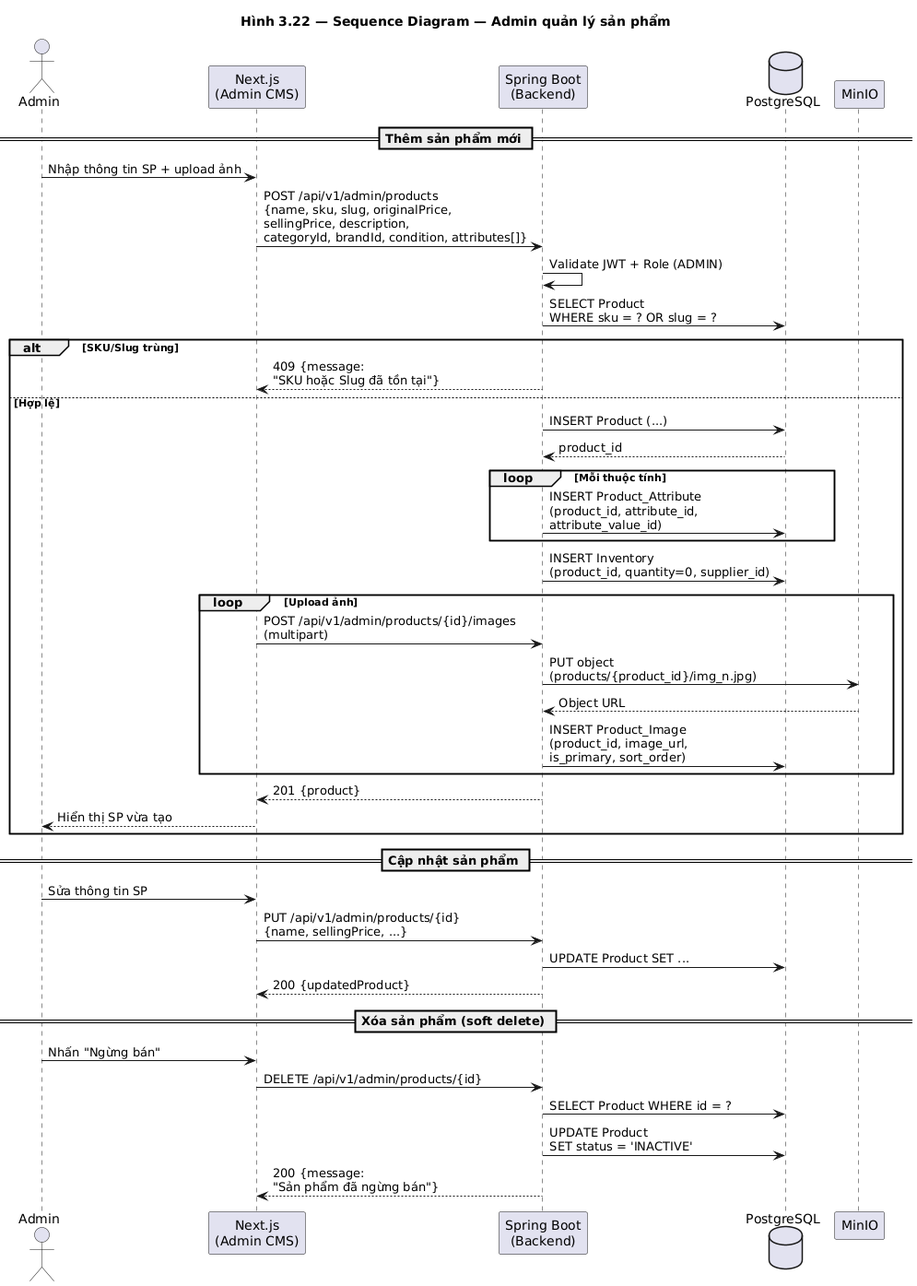
huuhieu56/PC-Parts-ECommerce keeps this PlantUML diagram as docs/diagrams/images/seq_admin_product.png. Above is the earlier version. Source of this version:
```plantuml
@startuml seq_admin_product
title Hình 3.22 — Sequence Diagram — Admin quản lý sản phẩm

actor Admin
participant "Next.js\n(Admin CMS)" as FE
participant "Spring Boot\n(Backend)" as BE
database "PostgreSQL" as DB
participant "MinIO" as Storage

== Thêm sản phẩm mới ==
Admin -> FE : Nhập thông tin SP + upload ảnh
FE -> BE : POST /api/v1/admin/products\n{name, sku, slug, originalPrice,\nsellingPrice, description,\ncategoryId, brandId, condition, attributes[]}
BE -> BE : Validate JWT + Role (ADMIN)
BE -> DB : SELECT Product\nWHERE sku = ? OR slug = ?
alt SKU/Slug trùng
    BE --> FE : 409 {message:\n"SKU hoặc Slug đã tồn tại"}
else Hợp lệ
    BE -> DB : INSERT Product (...)
    DB --> BE : product_id
    loop Mỗi thuộc tính
        BE -> DB : INSERT Product_Attribute\n(product_id, attribute_id,\nattribute_value_id)
    end
    BE -> DB : INSERT Inventory\n(product_id, quantity=0, supplier_id)
    loop Upload ảnh
        FE -> BE : POST /api/v1/admin/products/{id}/images\n(multipart)
        BE -> Storage : PUT object\n(products/{product_id}/img_n.jpg)
        Storage --> BE : Object URL
        BE -> DB : INSERT Product_Image\n(product_id, image_url,\nis_primary, sort_order)
    end
    BE --> FE : 201 {product}
    FE --> Admin : Hiển thị SP vừa tạo
end

== Cập nhật sản phẩm ==
Admin -> FE : Sửa thông tin SP
FE -> BE : PUT /api/v1/admin/products/{id}\n{name, sellingPrice, ...}
BE -> DB : UPDATE Product SET ...
BE --> FE : 200 {updatedProduct}

== Xóa sản phẩm (soft delete) ==
Admin -> FE : Nhấn "Ngừng bán"
FE -> BE : DELETE /api/v1/admin/products/{id}
BE -> DB : SELECT Product WHERE id = ?
BE -> DB : UPDATE Product\nSET status = 'INACTIVE'
BE --> FE : 200 {message:\n"Sản phẩm đã ngừng bán"}

@enduml
```
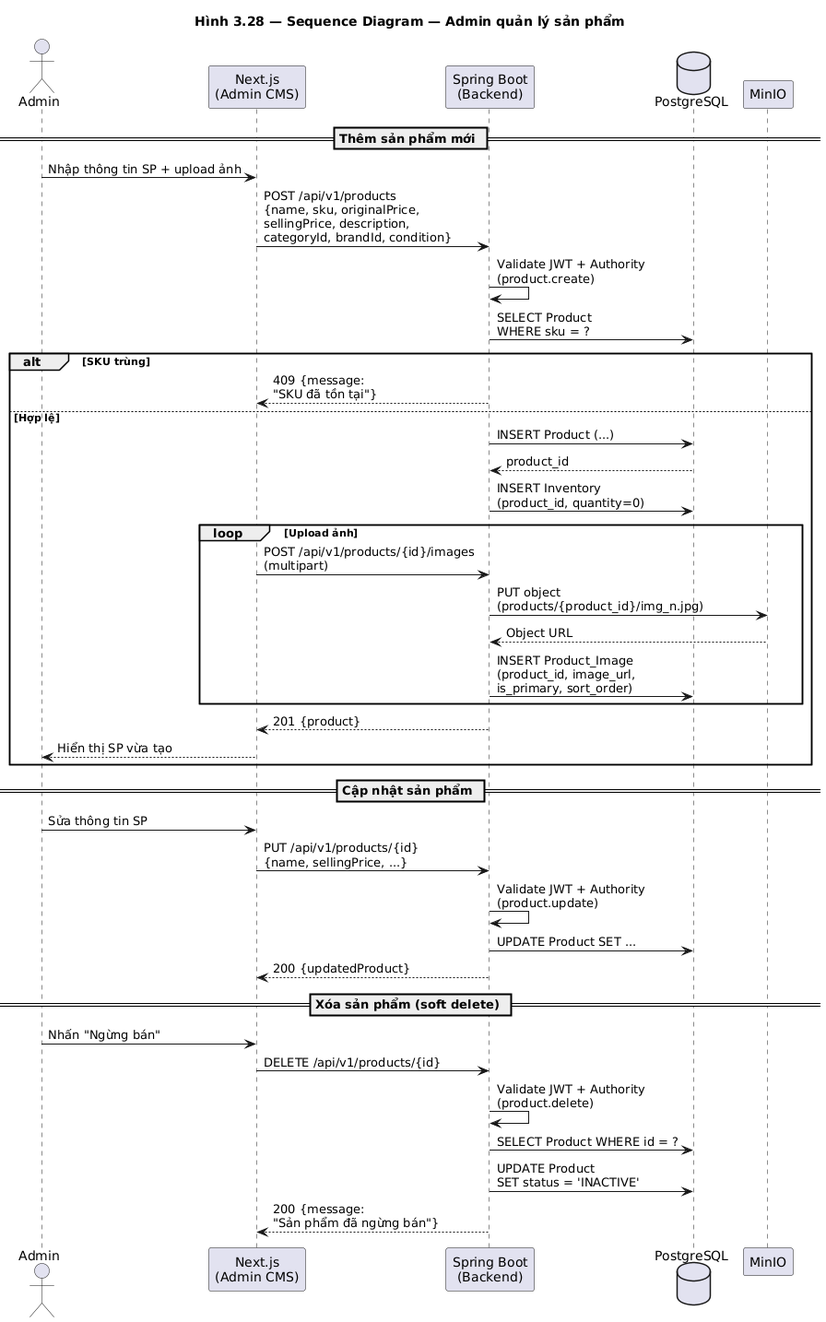
The same file after the commit.

What changed in the source:
```diff
@@ -1,5 +1,5 @@
 @startuml seq_admin_product
-title Hình 3.22 — Sequence Diagram — Admin quản lý sản phẩm
+title Hình 3.28 — Sequence Diagram — Admin quản lý sản phẩm
 
 actor Admin
 participant "Next.js\n(Admin CMS)" as FE
@@ -9,20 +9,17 @@
 
 == Thêm sản phẩm mới ==
 Admin -> FE : Nhập thông tin SP + upload ảnh
-FE -> BE : POST /api/v1/admin/products\n{name, sku, slug, originalPrice,\nsellingPrice, description,\ncategoryId, brandId, condition, attributes[]}
-BE -> BE : Validate JWT + Role (ADMIN)
-BE -> DB : SELECT Product\nWHERE sku = ? OR slug = ?
-alt SKU/Slug trùng
-    BE --> FE : 409 {message:\n"SKU hoặc Slug đã tồn tại"}
+FE -> BE : POST /api/v1/products\n{name, sku, originalPrice,\nsellingPrice, description,\ncategoryId, brandId, condition}
+BE -> BE : Validate JWT + Authority\n(product.create)
+BE -> DB : SELECT Product\nWHERE sku = ?
+alt SKU trùng
+    BE --> FE : 409 {message:\n"SKU đã tồn tại"}
 else Hợp lệ
     BE -> DB : INSERT Product (...)
     DB --> BE : product_id
-    loop Mỗi thuộc tính
-        BE -> DB : INSERT Product_Attribute\n(product_id, attribute_id,\nattribute_value_id)
-    end
-    BE -> DB : INSERT Inventory\n(product_id, quantity=0, supplier_id)
+    BE -> DB : INSERT Inventory\n(product_id, quantity=0)
     loop Upload ảnh
-        FE -> BE : POST /api/v1/admin/products/{id}/images\n(multipart)
+        FE -> BE : POST /api/v1/products/{id}/images\n(multipart)
         BE -> Storage : PUT object\n(products/{product_id}/img_n.jpg)
         Storage --> BE : Object URL
         BE -> DB : INSERT Product_Image\n(product_id, image_url,\nis_primary, sort_order)
@@ -33,13 +30,15 @@
 
 == Cập nhật sản phẩm ==
 Admin -> FE : Sửa thông tin SP
-FE -> BE : PUT /api/v1/admin/products/{id}\n{name, sellingPrice, ...}
+FE -> BE : PUT /api/v1/products/{id}\n{name, sellingPrice, ...}
+BE -> BE : Validate JWT + Authority\n(product.update)
 BE -> DB : UPDATE Product SET ...
 BE --> FE : 200 {updatedProduct}
 
 == Xóa sản phẩm (soft delete) ==
 Admin -> FE : Nhấn "Ngừng bán"
-FE -> BE : DELETE /api/v1/admin/products/{id}
+FE -> BE : DELETE /api/v1/products/{id}
+BE -> BE : Validate JWT + Authority\n(product.delete)
 BE -> DB : SELECT Product WHERE id = ?
 BE -> DB : UPDATE Product\nSET status = 'INACTIVE'
 BE --> FE : 200 {message:\n"Sản phẩm đã ngừng bán"}
```
